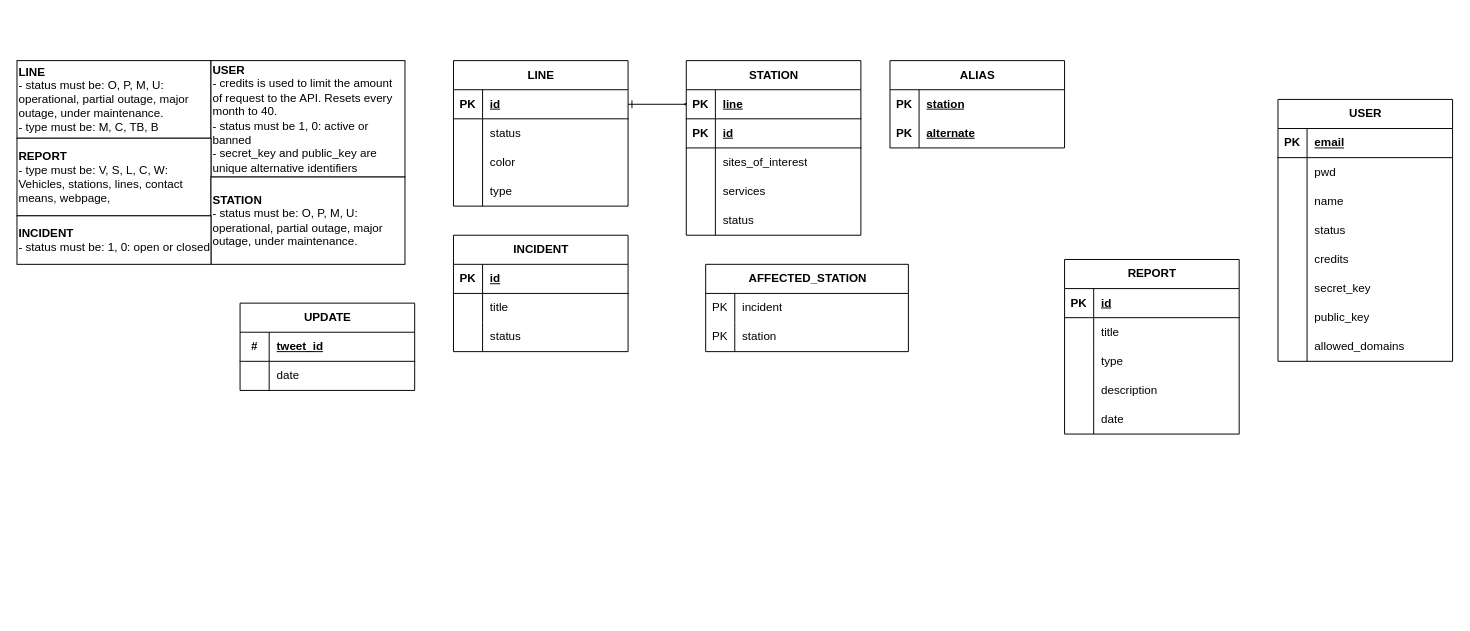
Before: db.drawio in danielcgiraldo/metromap, a draw.io diagram. Source tidied: cells renumbered, new cells numbered last; positions are measured from the earlier drawing's top-left corner, leaving out a move shared by most shapes. Both pictures are drawn from the tidied source at 97%, with x=0, y=0 at pixel (16, 60).
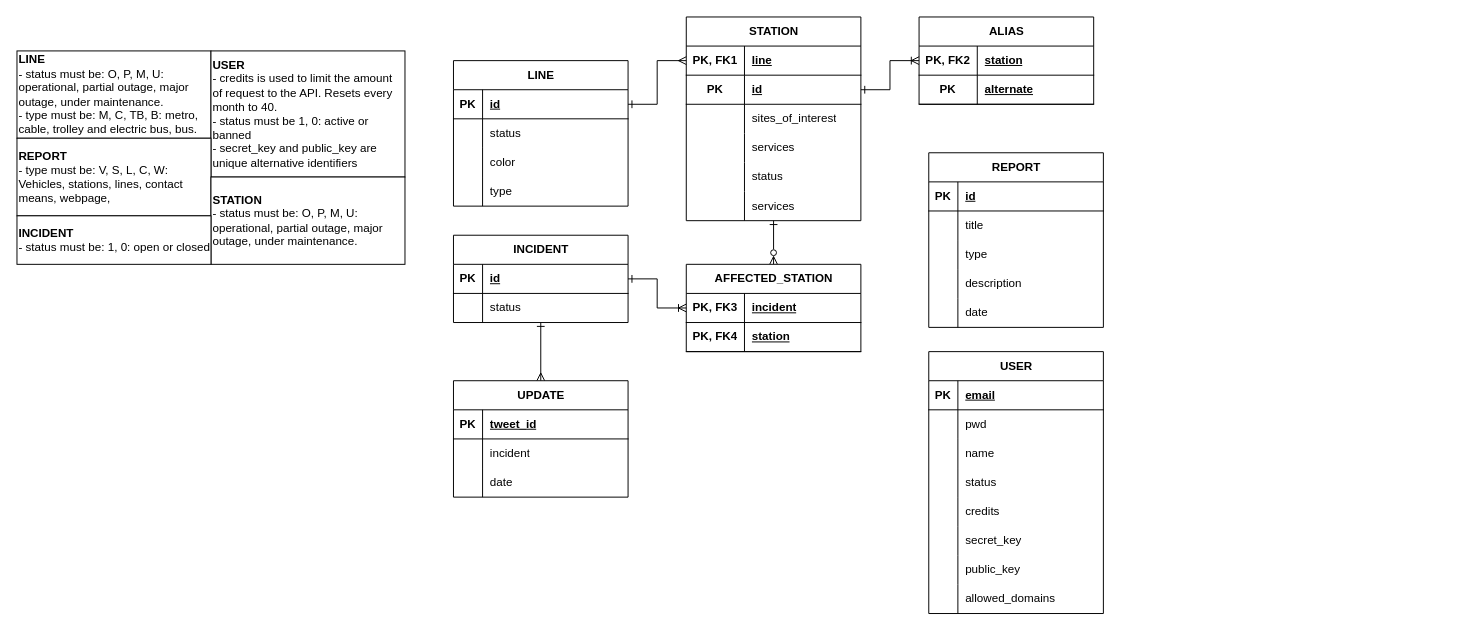
Above is the later version.

Unchanged cells that the change refers to:
```xml
<mxCell id="3" style="shape=tableRow;horizontal=0;startSize=0;swimlaneHead=0;swimlaneBody=0;fillColor=none;points=[[0,0.5],[1,0.5]];portConstraint=eastwest;top=0;left=0;right=0;bottom=1;" parent="2" vertex="1">
  <mxGeometry y="30" width="180" height="30" as="geometry" />
</mxCell>
<mxCell id="16" style="shape=tableRow;horizontal=0;startSize=0;swimlaneHead=0;swimlaneBody=0;fillColor=none;points=[[0,0.5],[1,0.5]];portConstraint=eastwest;top=0;left=0;right=0;bottom=1;" parent="15" vertex="1">
  <mxGeometry y="30" width="180" height="30" as="geometry" />
</mxCell>
<mxCell id="19" style="shape=tableRow;horizontal=0;startSize=0;swimlaneHead=0;swimlaneBody=0;fillColor=none;points=[[0,0.5],[1,0.5]];portConstraint=eastwest;top=0;left=0;right=0;bottom=1;strokeColor=default;swimlaneLine=1;" parent="15" vertex="1">
  <mxGeometry y="60" width="180" height="30" as="geometry" />
</mxCell>
<mxCell id="22" style="shape=tableRow;horizontal=0;startSize=0;swimlaneHead=0;swimlaneBody=0;fillColor=none;top=0;left=0;right=0;bottom=0;" parent="15" vertex="1">
  <mxGeometry y="90" width="180" height="30" as="geometry" />
</mxCell>
<mxCell id="25" style="shape=tableRow;horizontal=0;startSize=0;swimlaneHead=0;swimlaneBody=0;fillColor=none;top=0;left=0;right=0;bottom=0;" parent="15" vertex="1">
  <mxGeometry y="120" width="180" height="30" as="geometry" />
</mxCell>
<mxCell id="28" style="shape=tableRow;horizontal=0;startSize=0;swimlaneHead=0;swimlaneBody=0;fillColor=none;top=0;left=0;right=0;bottom=0;" parent="15" vertex="1">
  <mxGeometry y="150" width="180" height="30" as="geometry" />
</mxCell>
<mxCell id="57" style="shape=tableRow;horizontal=0;startSize=0;swimlaneHead=0;swimlaneBody=0;fillColor=none;points=[[0,0.5],[1,0.5]];portConstraint=eastwest;top=0;left=0;right=0;bottom=1;" parent="56" vertex="1">
  <mxGeometry y="30" width="180" height="30" as="geometry" />
</mxCell>
<mxCell id="67" style="shape=tableRow;horizontal=0;startSize=0;swimlaneHead=0;swimlaneBody=0;fillColor=none;top=0;left=0;right=0;bottom=1;" parent="66" vertex="1">
  <mxGeometry y="30" width="180" height="30" as="geometry" />
</mxCell>
<mxCell id="70" style="shape=tableRow;horizontal=0;startSize=0;swimlaneHead=0;swimlaneBody=0;fillColor=none;top=0;left=0;right=0;bottom=0;" parent="66" vertex="1">
  <mxGeometry y="60" width="180" height="30" as="geometry" />
</mxCell>
```

Change to the diagram source:
```diff
@@
     <mxCell id="15" value="STATION" style="shape=table;startSize=30;childLayout=tableLayout;rowLines=0;fontStyle=1;align=center;html=1;" parent="1" vertex="1">
-      <mxGeometry x="690" width="180" height="180" as="geometry" />
+      <mxGeometry x="690" y="-45" width="180" height="210" as="geometry" />
     </mxCell>
@@
-    <mxCell id="17" value="PK" style="shape=partialRectangle;fillColor=none;top=0;left=0;bottom=0;right=0;fontStyle=1;overflow=hidden;whiteSpace=wrap;html=1;" parent="16" vertex="1">
-      <mxGeometry width="30" height="30" as="geometry" />
+    <mxCell id="17" value="PK, FK1" style="shape=partialRectangle;fillColor=none;top=0;left=0;bottom=0;right=0;fontStyle=1;overflow=hidden;whiteSpace=wrap;html=1;" parent="16" vertex="1">
+      <mxGeometry width="60" height="30" as="geometry" />
     </mxCell>
     <mxCell id="18" value="line" style="shape=partialRectangle;fillColor=none;top=0;left=0;bottom=0;right=0;align=left;spacingLeft=6;fontStyle=5;overflow=hidden;whiteSpace=wrap;html=1;" parent="16" vertex="1">
-      <mxGeometry x="30" width="150" height="30" as="geometry" />
+      <mxGeometry x="60" width="120" height="30" as="geometry" />
     </mxCell>
@@
     <mxCell id="20" value="PK" style="shape=partialRectangle;fillColor=none;top=0;left=0;bottom=0;right=0;fontStyle=1;overflow=hidden;whiteSpace=wrap;html=1;shadow=0;strokeColor=default;strokeWidth=1;" parent="19" vertex="1">
-      <mxGeometry width="30" height="30" as="geometry" />
+      <mxGeometry width="60" height="30" as="geometry" />
     </mxCell>
     <mxCell id="21" value="id" style="shape=partialRectangle;fillColor=none;top=0;left=0;bottom=0;right=0;align=left;spacingLeft=6;fontStyle=5;overflow=hidden;whiteSpace=wrap;html=1;shadow=0;strokeColor=default;strokeWidth=1;" parent="19" vertex="1">
-      <mxGeometry x="30" width="150" height="30" as="geometry" />
+      <mxGeometry x="60" width="120" height="30" as="geometry" />
     </mxCell>
@@
     <mxCell id="23" style="shape=partialRectangle;fillColor=none;top=0;left=0;bottom=0;right=0;overflow=hidden;whiteSpace=wrap;html=1;" parent="22" vertex="1">
-      <mxGeometry width="30" height="30" as="geometry" />
+      <mxGeometry width="60" height="30" as="geometry" />
     </mxCell>
     <mxCell id="24" value="sites_of_interest" style="shape=partialRectangle;fillColor=none;top=0;left=0;bottom=0;right=0;align=left;spacingLeft=6;overflow=hidden;whiteSpace=wrap;html=1;" parent="22" vertex="1">
-      <mxGeometry x="30" width="150" height="30" as="geometry" />
+      <mxGeometry x="60" width="120" height="30" as="geometry" />
     </mxCell>
@@
     <mxCell id="26" style="shape=partialRectangle;fillColor=none;top=0;left=0;bottom=0;right=0;overflow=hidden;whiteSpace=wrap;html=1;" parent="25" vertex="1">
-      <mxGeometry width="30" height="30" as="geometry" />
+      <mxGeometry width="60" height="30" as="geometry" />
     </mxCell>
     <mxCell id="27" value="services" style="shape=partialRectangle;fillColor=none;top=0;left=0;bottom=0;right=0;align=left;spacingLeft=6;overflow=hidden;whiteSpace=wrap;html=1;" parent="25" vertex="1">
-      <mxGeometry x="30" width="150" height="30" as="geometry" />
+      <mxGeometry x="60" width="120" height="30" as="geometry" />
     </mxCell>
@@
     <mxCell id="29" style="shape=partialRectangle;fillColor=none;top=0;left=0;bottom=0;right=0;overflow=hidden;whiteSpace=wrap;html=1;" parent="28" vertex="1">
-      <mxGeometry width="30" height="30" as="geometry" />
+      <mxGeometry width="60" height="30" as="geometry" />
     </mxCell>
     <mxCell id="30" value="status" style="shape=partialRectangle;fillColor=none;top=0;left=0;bottom=0;right=0;align=left;spacingLeft=6;overflow=hidden;whiteSpace=wrap;html=1;" parent="28" vertex="1">
-      <mxGeometry x="30" width="150" height="30" as="geometry" />
+      <mxGeometry x="60" width="120" height="30" as="geometry" />
     </mxCell>
+    <mxCell id="109" style="shape=tableRow;horizontal=0;startSize=0;swimlaneHead=0;swimlaneBody=0;fillColor=none;top=0;left=0;right=0;bottom=0;" parent="15" vertex="1">
+      <mxGeometry y="180" width="180" height="30" as="geometry" />
+    </mxCell>
+    <mxCell id="110" style="shape=partialRectangle;fillColor=none;top=0;left=0;bottom=0;right=0;overflow=hidden;whiteSpace=wrap;html=1;" parent="109" vertex="1">
+      <mxGeometry width="60" height="30" as="geometry" />
+    </mxCell>
+    <mxCell id="111" value="services" style="shape=partialRectangle;fillColor=none;top=0;left=0;bottom=0;right=0;align=left;spacingLeft=6;overflow=hidden;whiteSpace=wrap;html=1;" parent="109" vertex="1">
+      <mxGeometry x="60" width="120" height="30" as="geometry" />
+    </mxCell>
     <mxCell id="31" value="USER" style="shape=table;startSize=30;childLayout=tableLayout;rowLines=0;fontStyle=1;align=center;html=1;" parent="1" vertex="1">
-      <mxGeometry x="1300" y="40" width="180" height="270" as="geometry" />
+      <mxGeometry x="940" y="300" width="180" height="270" as="geometry" />
     </mxCell>
-    <mxCell id="32" style="shape=tableRow;horizontal=0;startSize=0;swimlaneHead=0;swimlaneBody=0;fillColor=none;top=0;left=0;right=0;bottom=1;" parent="31" vertex="1">
-      <mxGeometry y="30" width="180" height="30" as="geometry" />
-    </mxCell>
+    <mxCell id="112" style="shape=tableRow;horizontal=0;startSize=0;swimlaneHead=0;swimlaneBody=0;fillColor=none;top=0;left=0;right=0;bottom=1;" parent="31" vertex="1">
+      <mxGeometry y="30" width="180" height="30" as="geometry" />
+    </mxCell>
-    <mxCell id="33" value="PK" style="shape=partialRectangle;fillColor=none;top=0;left=0;bottom=0;right=0;fontStyle=1;overflow=hidden;whiteSpace=wrap;html=1;" parent="32" vertex="1">
+    <mxCell id="33" value="PK" style="shape=partialRectangle;fillColor=none;top=0;left=0;bottom=0;right=0;fontStyle=1;overflow=hidden;whiteSpace=wrap;html=1;" parent="112" vertex="1">
       <mxGeometry width="30" height="30" as="geometry" />
     </mxCell>
-    <mxCell id="34" value="email" style="shape=partialRectangle;fillColor=none;top=0;left=0;bottom=0;right=0;align=left;spacingLeft=6;fontStyle=5;overflow=hidden;whiteSpace=wrap;html=1;" parent="32" vertex="1">
+    <mxCell id="34" value="email" style="shape=partialRectangle;fillColor=none;top=0;left=0;bottom=0;right=0;align=left;spacingLeft=6;fontStyle=5;overflow=hidden;whiteSpace=wrap;html=1;" parent="112" vertex="1">
       <mxGeometry x="30" width="150" height="30" as="geometry" />
     </mxCell>
@@
+    <mxCell id="113" style="edgeStyle=orthogonalEdgeStyle;rounded=0;jettySize=auto;html=1;entryX=0.5;entryY=0;entryDx=0;entryDy=0;endArrow=ERmany;endFill=0;startArrow=ERone;startFill=0;" parent="1" edge="1" source="56" target="66">
+      <mxGeometry relative="1" as="geometry" />
+    </mxCell>
     <mxCell id="56" value="INCIDENT" style="shape=table;startSize=30;childLayout=tableLayout;rowLines=0;fontStyle=1;align=center;html=1;" parent="1" vertex="1">
-      <mxGeometry x="450" y="180" width="180" height="120" as="geometry" />
+      <mxGeometry x="450" y="180" width="180" height="90" as="geometry" />
     </mxCell>
@@
-    <mxCell id="60" style="shape=tableRow;horizontal=0;startSize=0;swimlaneHead=0;swimlaneBody=0;fillColor=none;top=0;left=0;right=0;bottom=0;" parent="56" vertex="1">
-      <mxGeometry y="60" width="180" height="30" as="geometry" />
-    </mxCell>
-    <mxCell id="61" style="shape=partialRectangle;fillColor=none;top=0;left=0;bottom=0;right=0;overflow=hidden;whiteSpace=wrap;html=1;" parent="60" vertex="1">
-      <mxGeometry width="30" height="30" as="geometry" />
-    </mxCell>
-    <mxCell id="62" value="title" style="shape=partialRectangle;fillColor=none;top=0;left=0;bottom=0;right=0;align=left;spacingLeft=6;overflow=hidden;whiteSpace=wrap;html=1;" parent="60" vertex="1">
-      <mxGeometry x="30" width="150" height="30" as="geometry" />
-    </mxCell>
     <mxCell id="63" style="shape=tableRow;horizontal=0;startSize=0;swimlaneHead=0;swimlaneBody=0;fillColor=none;top=0;left=0;right=0;bottom=0;" parent="56" vertex="1">
-      <mxGeometry y="90" width="180" height="30" as="geometry" />
+      <mxGeometry y="60" width="180" height="30" as="geometry" />
     </mxCell>
@@
     <mxCell id="66" value="UPDATE" style="shape=table;startSize=30;childLayout=tableLayout;rowLines=0;fontStyle=1;align=center;html=1;" parent="1" vertex="1">
-      <mxGeometry x="230" y="250" width="180" height="90" as="geometry" />
+      <mxGeometry x="450" y="330" width="180" height="120" as="geometry" />
     </mxCell>
@@
-    <mxCell id="68" value="#" style="shape=partialRectangle;fillColor=none;top=0;left=0;bottom=0;right=0;fontStyle=1;overflow=hidden;whiteSpace=wrap;html=1;" parent="67" vertex="1">
+    <mxCell id="68" value="PK" style="shape=partialRectangle;fillColor=none;top=0;left=0;bottom=0;right=0;fontStyle=1;overflow=hidden;whiteSpace=wrap;html=1;" parent="67" vertex="1">
       <mxGeometry width="30" height="30" as="geometry" />
     </mxCell>
@@
-    <mxCell id="72" value="date" style="shape=partialRectangle;fillColor=none;top=0;left=0;bottom=0;right=0;align=left;spacingLeft=6;overflow=hidden;whiteSpace=wrap;html=1;" parent="70" vertex="1">
+    <mxCell id="72" value="incident" style="shape=partialRectangle;fillColor=none;top=0;left=0;bottom=0;right=0;align=left;spacingLeft=6;overflow=hidden;whiteSpace=wrap;html=1;" parent="70" vertex="1">
       <mxGeometry x="30" width="150" height="30" as="geometry" />
     </mxCell>
+    <mxCell id="114" style="shape=tableRow;horizontal=0;startSize=0;swimlaneHead=0;swimlaneBody=0;fillColor=none;top=0;left=0;right=0;bottom=0;" parent="66" vertex="1">
+      <mxGeometry y="90" width="180" height="30" as="geometry" />
+    </mxCell>
+    <mxCell id="61" style="shape=partialRectangle;fillColor=none;top=0;left=0;bottom=0;right=0;overflow=hidden;whiteSpace=wrap;html=1;" parent="114" vertex="1">
+      <mxGeometry width="30" height="30" as="geometry" />
+    </mxCell>
+    <mxCell id="115" value="date" style="shape=partialRectangle;fillColor=none;top=0;left=0;bottom=0;right=0;align=left;spacingLeft=6;overflow=hidden;whiteSpace=wrap;html=1;" parent="114" vertex="1">
+      <mxGeometry x="30" width="150" height="30" as="geometry" />
+    </mxCell>
     <mxCell id="73" value="REPORT" style="shape=table;startSize=30;childLayout=tableLayout;rowLines=0;fontStyle=1;align=center;html=1;" parent="1" vertex="1">
-      <mxGeometry x="1080" y="205" width="180" height="180" as="geometry" />
+      <mxGeometry x="940" y="95" width="180" height="180" as="geometry" />
     </mxCell>
@@
-    <mxCell id="89" value="ALIAS" style="shape=table;startSize=30;childLayout=tableLayout;rowLines=0;fontStyle=1;align=center;html=1;" parent="1" vertex="1">
-      <mxGeometry x="900" width="180" height="90" as="geometry" />
-    </mxCell>
-    <mxCell id="90" style="shape=tableRow;horizontal=0;startSize=0;swimlaneHead=0;swimlaneBody=0;fillColor=none;top=0;left=0;right=0;bottom=0;" parent="89" vertex="1">
-      <mxGeometry y="30" width="180" height="30" as="geometry" />
-    </mxCell>
-    <mxCell id="91" value="&lt;b&gt;PK&lt;/b&gt;" style="shape=partialRectangle;fillColor=none;top=0;left=0;bottom=0;right=0;overflow=hidden;whiteSpace=wrap;html=1;" parent="90" vertex="1">
-      <mxGeometry width="30" height="30" as="geometry" />
-    </mxCell>
-    <mxCell id="92" value="&lt;b&gt;&lt;u&gt;station&lt;/u&gt;&lt;/b&gt;" style="shape=partialRectangle;fillColor=none;top=0;left=0;bottom=0;right=0;align=left;spacingLeft=6;overflow=hidden;whiteSpace=wrap;html=1;" parent="90" vertex="1">
-      <mxGeometry x="30" width="150" height="30" as="geometry" />
-    </mxCell>
-    <mxCell id="93" style="shape=tableRow;horizontal=0;startSize=0;swimlaneHead=0;swimlaneBody=0;fillColor=none;top=0;left=0;right=0;bottom=0;" parent="89" vertex="1">
-      <mxGeometry y="60" width="180" height="30" as="geometry" />
-    </mxCell>
-    <mxCell id="94" value="&lt;b&gt;PK&lt;/b&gt;" style="shape=partialRectangle;fillColor=none;top=0;left=0;bottom=0;right=0;overflow=hidden;whiteSpace=wrap;html=1;" parent="93" vertex="1">
-      <mxGeometry width="30" height="30" as="geometry" />
-    </mxCell>
-    <mxCell id="95" value="&lt;u&gt;&lt;b&gt;alternate&lt;/b&gt;&lt;/u&gt;" style="shape=partialRectangle;fillColor=none;top=0;left=0;bottom=0;right=0;align=left;spacingLeft=6;overflow=hidden;whiteSpace=wrap;html=1;" parent="93" vertex="1">
-      <mxGeometry x="30" width="150" height="30" as="geometry" />
-    </mxCell>
-    <mxCell id="96" value="&lt;b&gt;LINE&lt;/b&gt;&lt;br&gt;- status must be: O, P, M, U: operational, partial outage, major outage, under maintenance.&lt;br&gt;- type must be: M, C, TB, B" style="rounded=0;whiteSpace=wrap;html=1;align=left;" parent="1" vertex="1">
-      <mxGeometry width="200" height="80" as="geometry" />
+    <mxCell id="96" value="&lt;b&gt;LINE&lt;/b&gt;&lt;br&gt;- status must be: O, P, M, U: operational, partial outage, major outage, under maintenance.&lt;br&gt;- type must be: M, C, TB, B: metro, cable, trolley and electric bus, bus." style="rounded=0;whiteSpace=wrap;html=1;align=left;" parent="1" vertex="1">
+      <mxGeometry y="-10" width="200" height="90" as="geometry" />
     </mxCell>
     <mxCell id="97" value="&lt;b&gt;USER&lt;/b&gt;&lt;br&gt;- credits is used to limit the amount of request to the API. Resets every month to 40.&lt;br&gt;- status must be 1, 0: active or banned&lt;br&gt;- secret_key and public_key are unique alternative identifiers" style="rounded=0;whiteSpace=wrap;html=1;align=left;" parent="1" vertex="1">
-      <mxGeometry x="200" width="200" height="120" as="geometry" />
+      <mxGeometry x="200" y="-10" width="200" height="130" as="geometry" />
     </mxCell>
-    <mxCell id="98" value="AFFECTED_STATION" style="shape=table;startSize=30;childLayout=tableLayout;rowLines=0;fontStyle=1;align=center;html=1;" parent="1" vertex="1">
-      <mxGeometry x="710" y="210" width="209" height="90" as="geometry" />
-    </mxCell>
-    <mxCell id="99" style="shape=tableRow;horizontal=0;startSize=0;swimlaneHead=0;swimlaneBody=0;fillColor=none;top=0;left=0;right=0;bottom=0;" parent="98" vertex="1">
-      <mxGeometry y="30" width="209" height="30" as="geometry" />
-    </mxCell>
-    <mxCell id="100" value="PK" style="shape=partialRectangle;fillColor=none;top=0;left=0;bottom=0;right=0;overflow=hidden;whiteSpace=wrap;html=1;" parent="99" vertex="1">
-      <mxGeometry width="30" height="30" as="geometry" />
-    </mxCell>
-    <mxCell id="101" value="incident" style="shape=partialRectangle;fillColor=none;top=0;left=0;bottom=0;right=0;align=left;spacingLeft=6;overflow=hidden;whiteSpace=wrap;html=1;" parent="99" vertex="1">
-      <mxGeometry x="30" width="179" height="30" as="geometry" />
-    </mxCell>
-    <mxCell id="102" style="shape=tableRow;horizontal=0;startSize=0;swimlaneHead=0;swimlaneBody=0;fillColor=none;top=0;left=0;right=0;bottom=0;" parent="98" vertex="1">
-      <mxGeometry y="60" width="209" height="30" as="geometry" />
-    </mxCell>
-    <mxCell id="103" value="PK" style="shape=partialRectangle;fillColor=none;top=0;left=0;bottom=0;right=0;overflow=hidden;whiteSpace=wrap;html=1;" parent="102" vertex="1">
-      <mxGeometry width="30" height="30" as="geometry" />
-    </mxCell>
-    <mxCell id="104" value="station" style="shape=partialRectangle;fillColor=none;top=0;left=0;bottom=0;right=0;align=left;spacingLeft=6;overflow=hidden;whiteSpace=wrap;html=1;" parent="102" vertex="1">
-      <mxGeometry x="30" width="179" height="30" as="geometry" />
-    </mxCell>
@@
-    <mxCell id="108" style="edgeStyle=orthogonalEdgeStyle;rounded=0;jettySize=auto;html=1;exitX=0;exitY=0.5;exitDx=0;exitDy=0;entryX=1;entryY=0.5;entryDx=0;entryDy=0;fontFamily=Helvetica;fontSize=12;fontColor=default;startSize=0;endArrow=ERone;endFill=0;startArrow=ERmany;startFill=0;" parent="1" edge="1" source="16" target="3">
-      <mxGeometry relative="1" as="geometry" />
-    </mxCell>
+    <mxCell id="89" value="ALIAS" style="shape=table;startSize=30;childLayout=tableLayout;rowLines=0;fontStyle=1;align=center;html=1;" parent="1" vertex="1">
+      <mxGeometry x="930" y="-45" width="180" height="90" as="geometry" />
+    </mxCell>
+    <mxCell id="116" style="shape=tableRow;horizontal=0;startSize=0;swimlaneHead=0;swimlaneBody=0;fillColor=none;points=[[0,0.5],[1,0.5]];portConstraint=eastwest;top=0;left=0;right=0;bottom=1;" parent="89" vertex="1">
+      <mxGeometry y="30" width="180" height="30" as="geometry" />
+    </mxCell>
+    <mxCell id="117" value="PK, FK2" style="shape=partialRectangle;fillColor=none;top=0;left=0;bottom=0;right=0;fontStyle=1;overflow=hidden;whiteSpace=wrap;html=1;" parent="116" vertex="1">
+      <mxGeometry width="60" height="30" as="geometry" />
+    </mxCell>
+    <mxCell id="118" value="station" style="shape=partialRectangle;fillColor=none;top=0;left=0;bottom=0;right=0;align=left;spacingLeft=6;fontStyle=5;overflow=hidden;whiteSpace=wrap;html=1;" parent="116" vertex="1">
+      <mxGeometry x="60" width="120" height="30" as="geometry" />
+    </mxCell>
+    <mxCell id="119" style="shape=tableRow;horizontal=0;startSize=0;swimlaneHead=0;swimlaneBody=0;fillColor=none;top=0;left=0;right=0;bottom=1;strokeColor=default;swimlaneLine=1;" parent="89" vertex="1">
+      <mxGeometry y="60" width="180" height="30" as="geometry" />
+    </mxCell>
+    <mxCell id="120" value="PK" style="shape=partialRectangle;fillColor=none;top=0;left=0;bottom=0;right=0;fontStyle=1;overflow=hidden;whiteSpace=wrap;html=1;shadow=0;strokeColor=default;strokeWidth=1;" parent="119" vertex="1">
+      <mxGeometry width="60" height="30" as="geometry" />
+    </mxCell>
+    <mxCell id="95" value="alternate" style="shape=partialRectangle;fillColor=none;top=0;left=0;bottom=0;right=0;align=left;spacingLeft=6;fontStyle=5;overflow=hidden;whiteSpace=wrap;html=1;shadow=0;strokeColor=default;strokeWidth=1;" parent="119" vertex="1">
+      <mxGeometry x="60" width="120" height="30" as="geometry" />
+    </mxCell>
+    <mxCell id="121" style="edgeStyle=orthogonalEdgeStyle;rounded=0;jettySize=auto;html=1;exitX=0.5;exitY=0;exitDx=0;exitDy=0;entryX=0.5;entryY=1;entryDx=0;entryDy=0;endArrow=ERone;endFill=0;startArrow=ERzeroToMany;startFill=0;" parent="1" edge="1" source="98" target="15">
+      <mxGeometry relative="1" as="geometry" />
+    </mxCell>
+    <mxCell id="98" value="AFFECTED_STATION" style="shape=table;startSize=30;childLayout=tableLayout;rowLines=0;fontStyle=1;align=center;html=1;" parent="1" vertex="1">
+      <mxGeometry x="690" y="210" width="180" height="90" as="geometry" />
+    </mxCell>
+    <mxCell id="122" style="shape=tableRow;horizontal=0;startSize=0;swimlaneHead=0;swimlaneBody=0;fillColor=none;points=[[0,0.5],[1,0.5]];portConstraint=eastwest;top=0;left=0;right=0;bottom=1;" parent="98" vertex="1">
+      <mxGeometry y="30" width="180" height="30" as="geometry" />
+    </mxCell>
+    <mxCell id="123" value="PK, FK3" style="shape=partialRectangle;fillColor=none;top=0;left=0;bottom=0;right=0;fontStyle=1;overflow=hidden;whiteSpace=wrap;html=1;" parent="122" vertex="1">
+      <mxGeometry width="60" height="30" as="geometry" />
+    </mxCell>
+    <mxCell id="101" value="incident" style="shape=partialRectangle;fillColor=none;top=0;left=0;bottom=0;right=0;align=left;spacingLeft=6;fontStyle=5;overflow=hidden;whiteSpace=wrap;html=1;" parent="122" vertex="1">
+      <mxGeometry x="60" width="120" height="30" as="geometry" />
+    </mxCell>
+    <mxCell id="124" style="shape=tableRow;horizontal=0;startSize=0;swimlaneHead=0;swimlaneBody=0;fillColor=none;top=0;left=0;right=0;bottom=1;strokeColor=default;swimlaneLine=1;" parent="98" vertex="1">
+      <mxGeometry y="60" width="180" height="30" as="geometry" />
+    </mxCell>
+    <mxCell id="125" value="PK, FK4" style="shape=partialRectangle;fillColor=none;top=0;left=0;bottom=0;right=0;fontStyle=1;overflow=hidden;whiteSpace=wrap;html=1;shadow=0;strokeColor=default;strokeWidth=1;" parent="124" vertex="1">
+      <mxGeometry width="60" height="30" as="geometry" />
+    </mxCell>
+    <mxCell id="126" value="station" style="shape=partialRectangle;fillColor=none;top=0;left=0;bottom=0;right=0;align=left;spacingLeft=6;fontStyle=5;overflow=hidden;whiteSpace=wrap;html=1;shadow=0;strokeColor=default;strokeWidth=1;" parent="124" vertex="1">
+      <mxGeometry x="60" width="120" height="30" as="geometry" />
+    </mxCell>
+    <mxCell id="127" style="edgeStyle=orthogonalEdgeStyle;rounded=0;jettySize=auto;html=1;exitX=0;exitY=0.5;exitDx=0;exitDy=0;entryX=1;entryY=0.5;entryDx=0;entryDy=0;endArrow=ERone;endFill=0;startArrow=ERoneToMany;startFill=0;" parent="1" edge="1" source="122" target="57">
+      <mxGeometry relative="1" as="geometry" />
+    </mxCell>
+    <mxCell id="128" style="edgeStyle=orthogonalEdgeStyle;rounded=0;jettySize=auto;html=1;exitX=1;exitY=0.5;exitDx=0;exitDy=0;entryX=0;entryY=0.5;entryDx=0;entryDy=0;startArrow=ERone;startFill=0;endArrow=ERmany;endFill=0;" parent="1" edge="1" source="3" target="16">
+      <mxGeometry relative="1" as="geometry" />
+    </mxCell>
+    <mxCell id="129" style="edgeStyle=orthogonalEdgeStyle;rounded=0;jettySize=auto;html=1;exitX=1;exitY=0.5;exitDx=0;exitDy=0;entryX=0;entryY=0.5;entryDx=0;entryDy=0;endArrow=ERoneToMany;endFill=0;startArrow=ERone;startFill=0;" parent="1" edge="1" source="19" target="116">
+      <mxGeometry relative="1" as="geometry" />
+    </mxCell>
```
